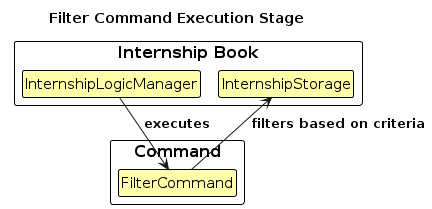
This is diagrams/FilterCommandExecute.png from AY2324S1-CS2103T-W17-1/tp, a PlantUML export, as it was before one commit. Its source is kept beside it as diagrams/FilterCommandExecute.puml.
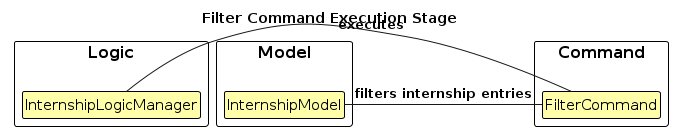
The same diagram one commit later.

What changed in the source:
```diff
@@ -7,16 +7,18 @@
 
 title Filter Command Execution Stage
 
-package "Internship Book" {
+package "Logic" {
     class InternshipLogicManager as "InternshipLogicManager"
-    class InternshipStorage as "InternshipStorage"
+}
+package "Model" {
+    class InternshipModel as "InternshipModel"
 }
 
 package "Command" {
     class FilterCommand as "FilterCommand"
 }
 
-InternshipLogicManager -down-> FilterCommand : executes
-FilterCommand -right-> InternshipStorage : filters based on criteria
-
-@enduml
+FilterCommand - InternshipLogicManager: executes <
+FilterCommand - InternshipModel : filters internship entries <
+InternshipModel -[hidden]up-> FilterCommand
+@endumlbv
```
